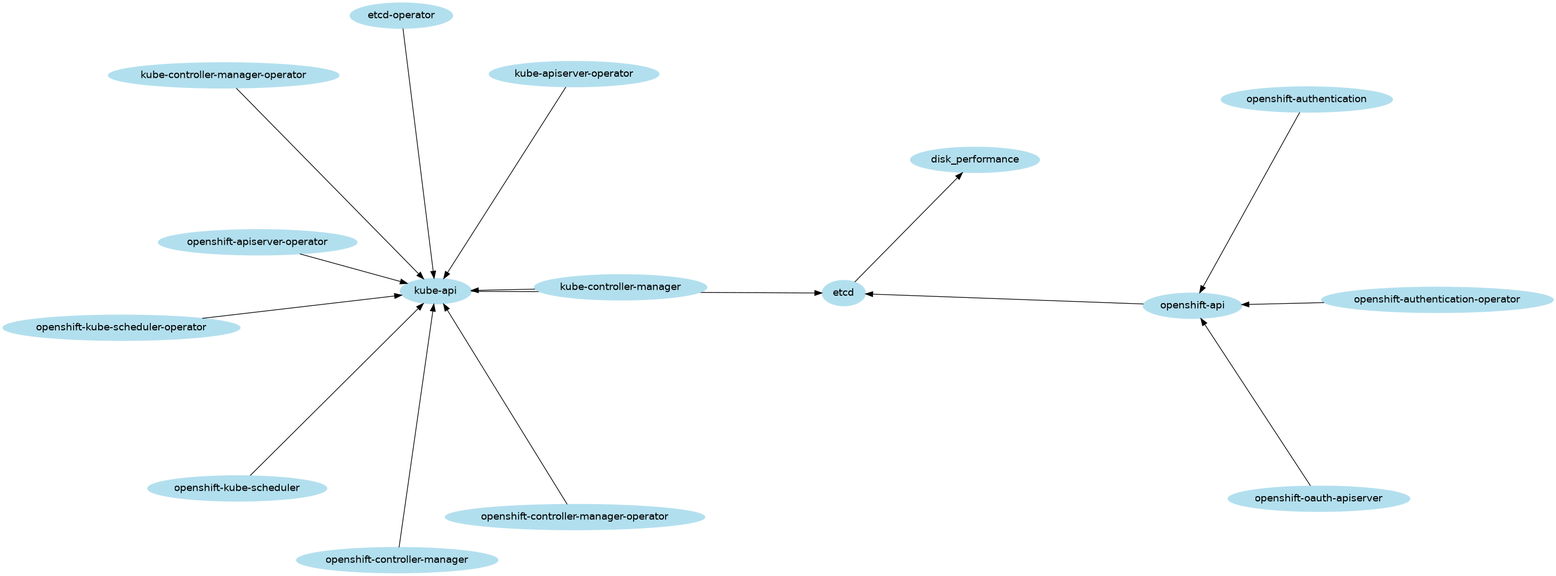
dofinn/ocp-role-based-depency-graphs keeps this Graphviz diagram as control-plane.gv.png. Above is the earlier version. Its source is kept beside it as control-plane.gv.
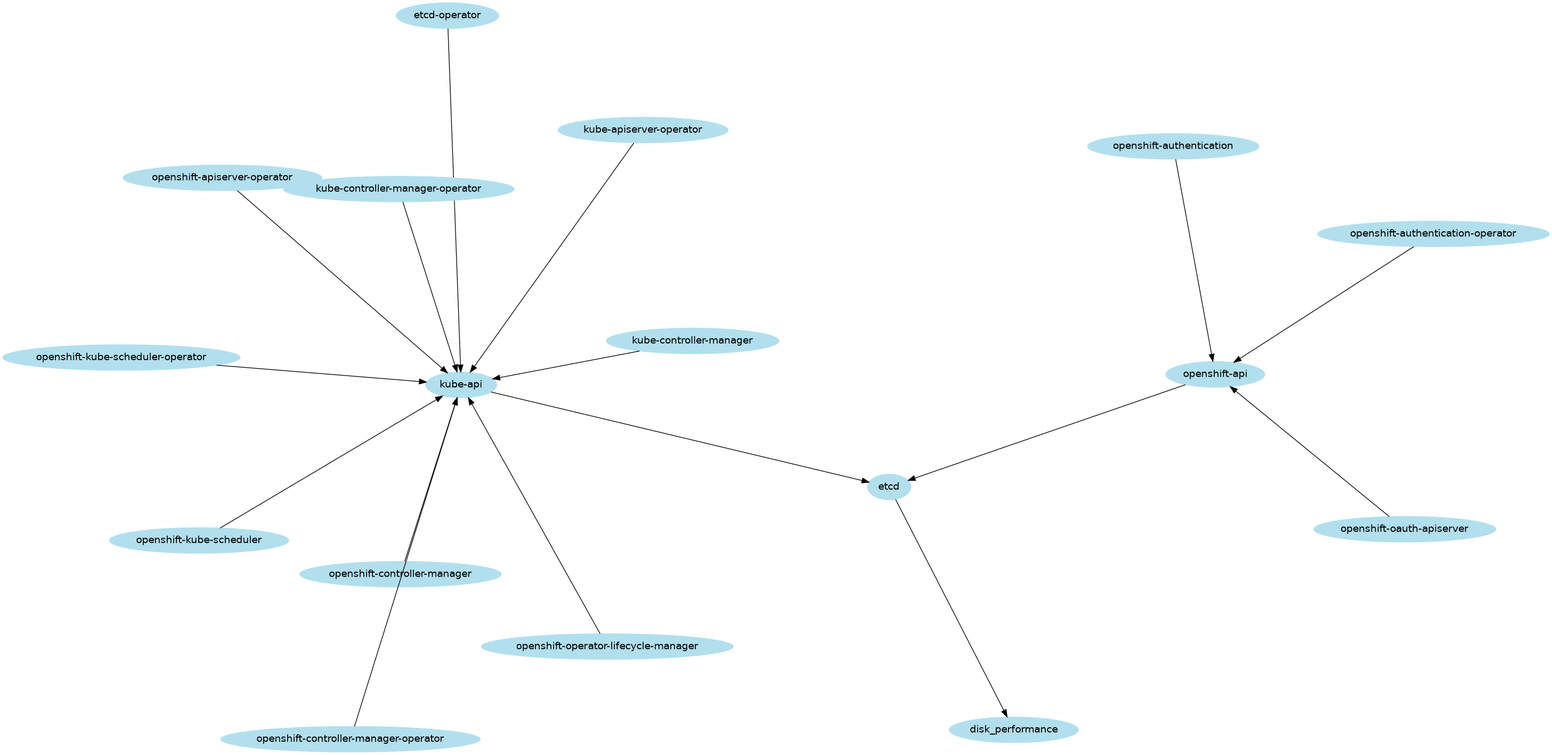
The same diagram one commit later.

What changed in the source:
```diff
@@ -15,4 +15,5 @@
 	"openshift-oauth-apiserver" -> "openshift-api"
 	"openshift-authentication" -> "openshift-api"
 	"openshift-authentication-operator" -> "openshift-api"
+	"openshift-operator-lifecycle-manager" -> "kube-api"
 }
```
